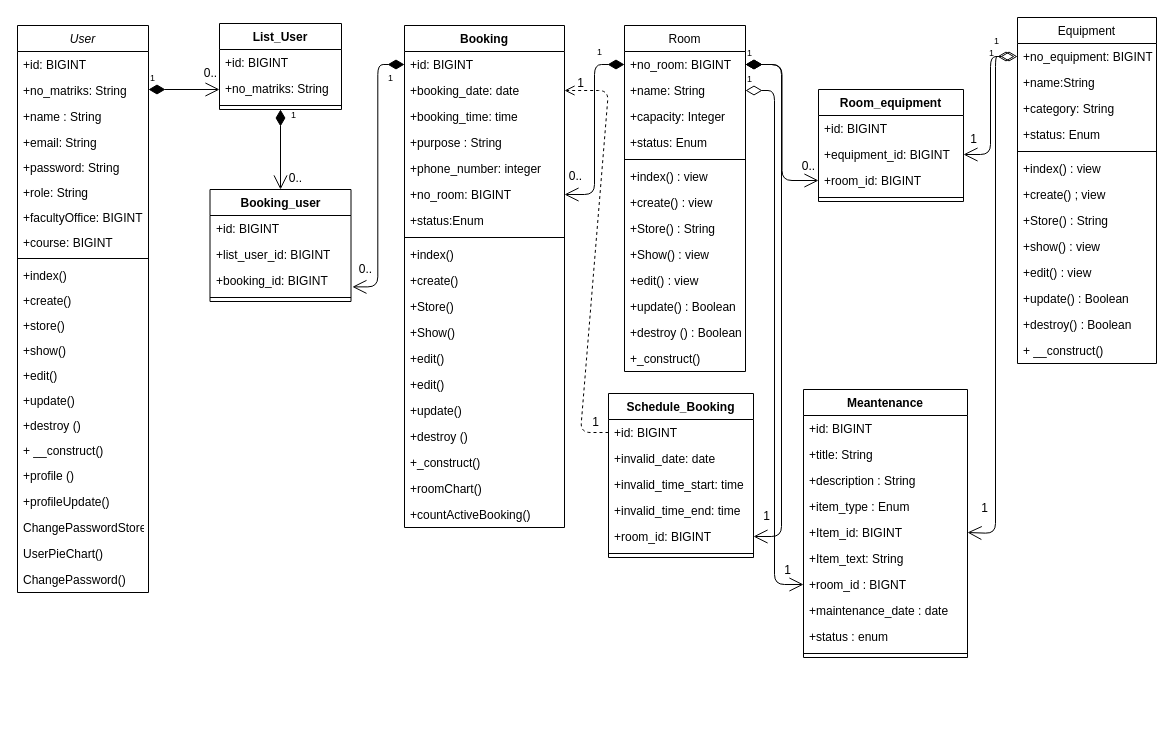
Before: LibraRoom.drawio in SNFASA/Hikmah-and-Ekplorasi-Room-Reservation-System, a draw.io diagram. Source tidied: cells renumbered, new cells numbered last; positions are measured from the earlier drawing's top-left corner, leaving out a move shared by most shapes. Both pictures are drawn from the tidied source at 100%, with x=0, y=0 at pixel (17, 17).
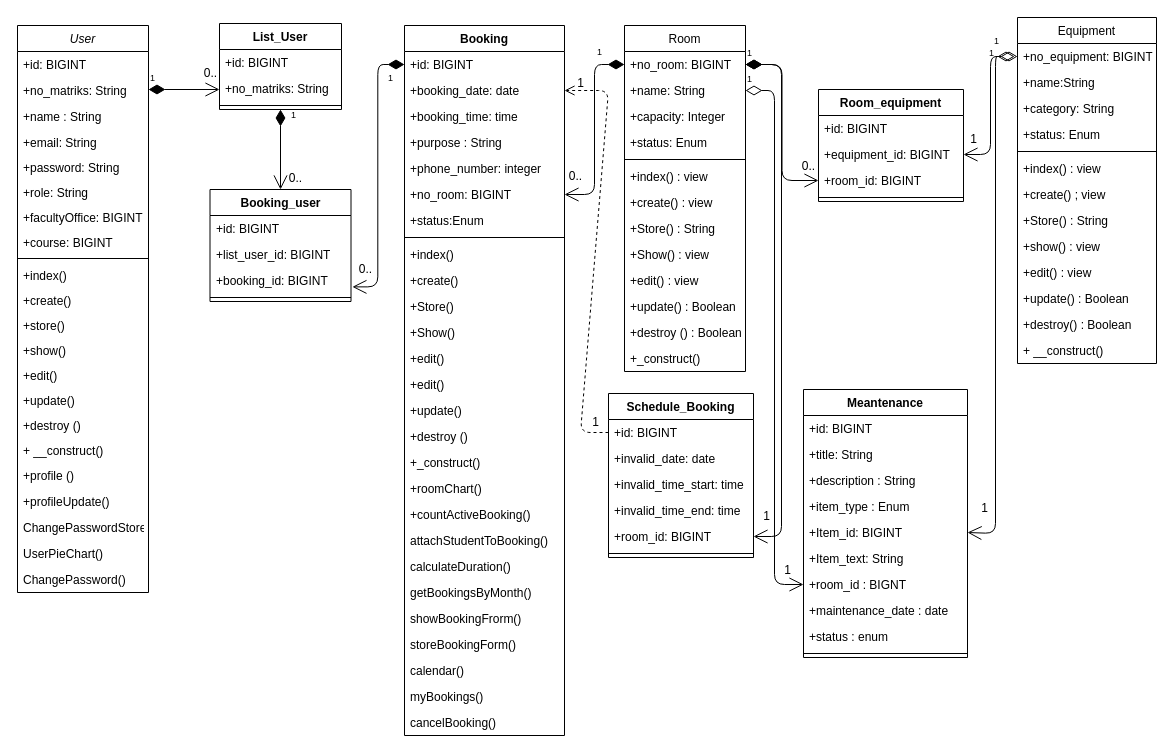
The same diagram, later.

Change to the diagram source:
```diff
@@
     <mxCell id="39" value="Booking" style="swimlane;fontStyle=1;align=center;verticalAlign=top;horizontal=1;startSize=26;whiteSpace=wrap;html=1;" parent="1" vertex="1">
-      <mxGeometry x="387" y="8" width="160" height="502" as="geometry" />
+      <mxGeometry x="387" y="8" width="160" height="710" as="geometry" />
     </mxCell>
@@
+    <mxCell id="126" value="&lt;span style=&quot;text-wrap-mode: nowrap;&quot;&gt;+countActiveBooking()&lt;/span&gt;" style="text;strokeColor=none;fillColor=none;align=left;verticalAlign=top;spacingLeft=4;spacingRight=4;overflow=hidden;whiteSpace=wrap;html=1;" parent="39" vertex="1">
+      <mxGeometry y="476" width="160" height="26" as="geometry" />
+    </mxCell>
+    <mxCell id="127" value="&lt;span style=&quot;text-wrap-mode: nowrap;&quot;&gt;attachStudentToBooking()&lt;/span&gt;" style="text;strokeColor=none;fillColor=none;align=left;verticalAlign=top;spacingLeft=4;spacingRight=4;overflow=hidden;whiteSpace=wrap;html=1;" parent="39" vertex="1">
+      <mxGeometry y="502" width="160" height="26" as="geometry" />
+    </mxCell>
+    <mxCell id="128" value="&lt;span style=&quot;text-wrap-mode: nowrap;&quot;&gt;calculateDuration()&lt;/span&gt;" style="text;strokeColor=none;fillColor=none;align=left;verticalAlign=top;spacingLeft=4;spacingRight=4;overflow=hidden;whiteSpace=wrap;html=1;" parent="39" vertex="1">
+      <mxGeometry y="528" width="160" height="26" as="geometry" />
+    </mxCell>
+    <mxCell id="129" value="&lt;span style=&quot;text-wrap-mode: nowrap;&quot;&gt;getBookingsByMonth()&lt;/span&gt;" style="text;strokeColor=none;fillColor=none;align=left;verticalAlign=top;spacingLeft=4;spacingRight=4;overflow=hidden;whiteSpace=wrap;html=1;" parent="39" vertex="1">
+      <mxGeometry y="554" width="160" height="26" as="geometry" />
+    </mxCell>
+    <mxCell id="130" value="&lt;span style=&quot;text-wrap-mode: nowrap;&quot;&gt;showBookingFrorm()&lt;/span&gt;" style="text;strokeColor=none;fillColor=none;align=left;verticalAlign=top;spacingLeft=4;spacingRight=4;overflow=hidden;whiteSpace=wrap;html=1;" parent="39" vertex="1">
+      <mxGeometry y="580" width="160" height="26" as="geometry" />
+    </mxCell>
+    <mxCell id="131" value="&lt;span style=&quot;text-wrap-mode: nowrap;&quot;&gt;storeBookingForm()&lt;/span&gt;" style="text;strokeColor=none;fillColor=none;align=left;verticalAlign=top;spacingLeft=4;spacingRight=4;overflow=hidden;whiteSpace=wrap;html=1;" parent="39" vertex="1">
+      <mxGeometry y="606" width="160" height="26" as="geometry" />
+    </mxCell>
+    <mxCell id="132" value="&lt;span style=&quot;text-wrap-mode: nowrap;&quot;&gt;calendar()&lt;/span&gt;" style="text;strokeColor=none;fillColor=none;align=left;verticalAlign=top;spacingLeft=4;spacingRight=4;overflow=hidden;whiteSpace=wrap;html=1;" parent="39" vertex="1">
+      <mxGeometry y="632" width="160" height="26" as="geometry" />
+    </mxCell>
+    <mxCell id="133" value="myBookings()" style="text;strokeColor=none;fillColor=none;align=left;verticalAlign=top;spacingLeft=4;spacingRight=4;overflow=hidden;whiteSpace=wrap;html=1;" parent="39" vertex="1">
+      <mxGeometry y="658" width="160" height="26" as="geometry" />
+    </mxCell>
-    <mxCell id="58" value="&lt;span style=&quot;text-wrap-mode: nowrap;&quot;&gt;+countActiveBooking()&lt;/span&gt;" style="text;strokeColor=none;fillColor=none;align=left;verticalAlign=top;spacingLeft=4;spacingRight=4;overflow=hidden;whiteSpace=wrap;html=1;" parent="39" vertex="1">
-      <mxGeometry y="476" width="160" height="26" as="geometry" />
+    <mxCell id="58" value="cancelBooking()" style="text;strokeColor=none;fillColor=none;align=left;verticalAlign=top;spacingLeft=4;spacingRight=4;overflow=hidden;whiteSpace=wrap;html=1;" parent="39" vertex="1">
+      <mxGeometry y="684" width="160" height="26" as="geometry" />
     </mxCell>
```
